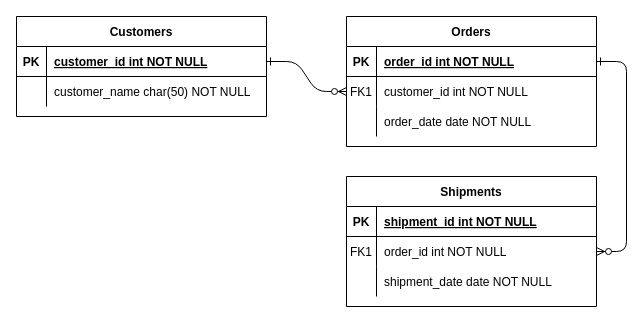
The draw.io diagram Untitled Diagram.drawio in Timothy-itayi/Timothy-itayi.github.io, before the edit. Source tidied: cells renumbered, new cells numbered last; positions are measured from the earlier drawing's top-left corner, leaving out a move shared by most shapes. Both pictures are drawn from the tidied source at 100%, with x=0, y=0 at pixel (16, 16).
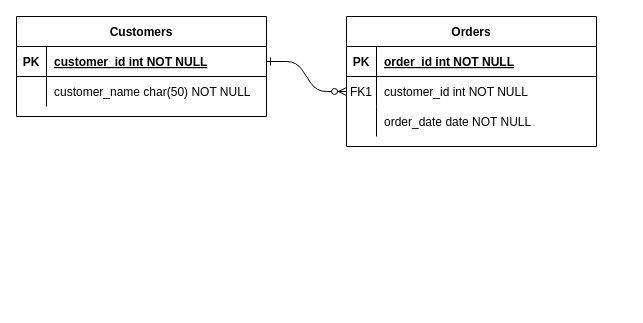
The same page after the edit.

Commit message:
ENTITY RELATIONSHIP DIAGRAM (ONE TO MANY )

The change refers to these unchanged cells:
```xml
<mxCell id="5" style="shape=partialRectangle;fillColor=none;points=[[0,0.5],[1,0.5]];portConstraint=eastwest;top=0;left=0;right=0;bottom=1;" parent="4" vertex="1">
  <mxGeometry y="30" width="250" height="30" as="geometry" />
</mxCell>
```

The edit, as a diff of the source:
```diff
@@
-    <mxCell id="3" style="edgeStyle=entityRelationEdgeStyle;endArrow=ERzeroToMany;startArrow=ERone;endFill=1;startFill=0;" parent="1" edge="1" source="5" target="18">
-      <mxGeometry relative="1" as="geometry" />
-    </mxCell>
@@
-    <mxCell id="14" value="Shipments" style="shape=table;startSize=30;childLayout=tableLayout;rowLines=0;fontStyle=1;align=center;" parent="1" vertex="1">
-      <mxGeometry x="330" y="160" width="250" height="130" as="geometry" />
-    </mxCell>
-    <mxCell id="15" style="shape=partialRectangle;fillColor=none;top=0;left=0;right=0;bottom=1;" parent="14" vertex="1">
-      <mxGeometry y="30" width="250" height="30" as="geometry" />
-    </mxCell>
-    <mxCell id="16" value="PK" style="shape=partialRectangle;overflow=hidden;fillColor=none;top=0;left=0;bottom=0;right=0;fontStyle=1;" parent="15" vertex="1">
-      <mxGeometry width="30" height="30" as="geometry" />
-    </mxCell>
-    <mxCell id="17" value="shipment_id int NOT NULL " style="shape=partialRectangle;overflow=hidden;fillColor=none;top=0;left=0;bottom=0;right=0;align=left;spacingLeft=6;fontStyle=5;" parent="15" vertex="1">
-      <mxGeometry x="30" width="220" height="30" as="geometry" />
-    </mxCell>
-    <mxCell id="18" style="shape=partialRectangle;fillColor=none;points=[[0,0.5],[1,0.5]];portConstraint=eastwest;top=0;left=0;right=0;bottom=0;" parent="14" vertex="1">
-      <mxGeometry y="60" width="250" height="30" as="geometry" />
-    </mxCell>
-    <mxCell id="19" value="FK1" style="shape=partialRectangle;overflow=hidden;fillColor=none;top=0;left=0;bottom=0;right=0;" parent="18" vertex="1">
-      <mxGeometry width="30" height="30" as="geometry" />
-    </mxCell>
-    <mxCell id="20" value="order_id int NOT NULL" style="shape=partialRectangle;overflow=hidden;fillColor=none;top=0;left=0;bottom=0;right=0;align=left;spacingLeft=6;" parent="18" vertex="1">
-      <mxGeometry x="30" width="220" height="30" as="geometry" />
-    </mxCell>
-    <mxCell id="21" style="shape=partialRectangle;fillColor=none;top=0;left=0;right=0;bottom=0;" parent="14" vertex="1">
-      <mxGeometry y="90" width="250" height="30" as="geometry" />
-    </mxCell>
-    <mxCell id="22" style="shape=partialRectangle;overflow=hidden;fillColor=none;top=0;left=0;bottom=0;right=0;" parent="21" vertex="1">
-      <mxGeometry width="30" height="30" as="geometry" />
-    </mxCell>
-    <mxCell id="23" value="shipment_date date NOT NULL" style="shape=partialRectangle;overflow=hidden;fillColor=none;top=0;left=0;bottom=0;right=0;align=left;spacingLeft=6;" parent="21" vertex="1">
-      <mxGeometry x="30" width="220" height="30" as="geometry" />
-    </mxCell>
```
